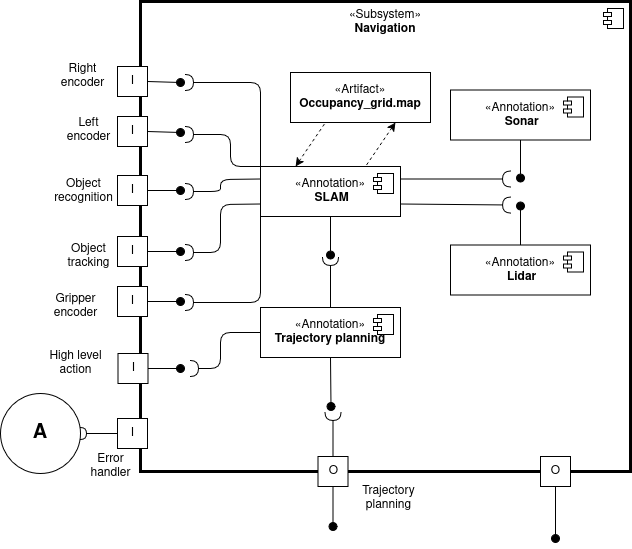
Before: docs/source/_static/navigation.png, a diagram exported from draw.io (AlessandroMangili/Assignment_Cogar_group_I). Source tidied: cells renumbered, new cells last; positions are measured from the earlier drawing's top-left corner, leaving out a move shared by most shapes.
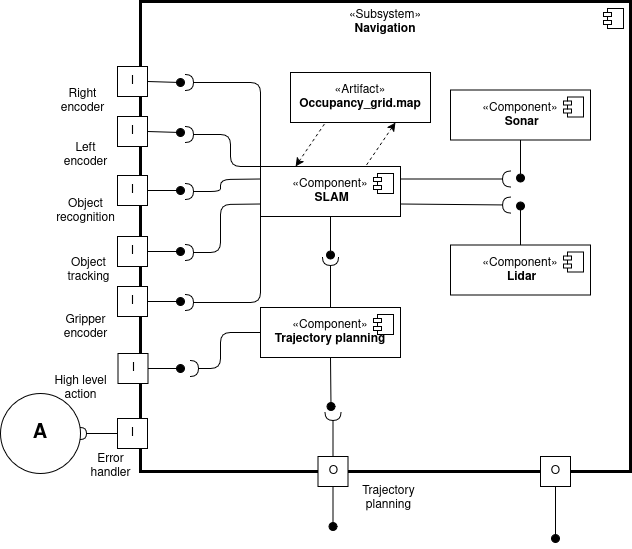
The same diagram one commit later.

What changed in the source:
```diff
@@ -10,7 +10,7 @@
         <mxPoint x="-27" y="7" as="offset" />
       </mxGeometry>
     </mxCell>
-    <mxCell id="4" value="«Annotation»&lt;br&gt;&lt;b&gt;&amp;nbsp;SLAM&lt;/b&gt;" style="html=1;whiteSpace=wrap;" parent="1" vertex="1">
+    <mxCell id="4" value="«Component»&lt;br&gt;&lt;b&gt;&amp;nbsp;SLAM&lt;/b&gt;" style="html=1;whiteSpace=wrap;" parent="1" vertex="1">
       <mxGeometry x="260" y="165" width="140" height="50" as="geometry" />
     </mxCell>
     <mxCell id="5" style="shape=module;jettyWidth=8;jettyHeight=4;" parent="4" vertex="1">
@@ -18,7 +18,7 @@
         <mxPoint x="-27" y="7" as="offset" />
       </mxGeometry>
     </mxCell>
-    <mxCell id="6" value="«Annotation»&lt;br&gt;&lt;b&gt;&amp;nbsp;Sonar&lt;/b&gt;" style="html=1;whiteSpace=wrap;" parent="1" vertex="1">
+    <mxCell id="6" value="«Component»&lt;br&gt;&lt;b&gt;&amp;nbsp;Sonar&lt;/b&gt;" style="html=1;whiteSpace=wrap;" parent="1" vertex="1">
       <mxGeometry x="450" y="88.5" width="140" height="50" as="geometry" />
     </mxCell>
     <mxCell id="7" style="shape=module;jettyWidth=8;jettyHeight=4;" parent="6" vertex="1">
@@ -26,7 +26,7 @@
         <mxPoint x="-27" y="7" as="offset" />
       </mxGeometry>
     </mxCell>
-    <mxCell id="8" value="«Annotation»&lt;br&gt;&lt;b&gt;&amp;nbsp;Lidar&lt;/b&gt;" style="html=1;whiteSpace=wrap;" parent="1" vertex="1">
+    <mxCell id="8" value="«Component»&lt;br&gt;&lt;b&gt;&amp;nbsp;Lidar&lt;/b&gt;" style="html=1;whiteSpace=wrap;" parent="1" vertex="1">
       <mxGeometry x="450" y="243.5" width="140" height="50" as="geometry" />
     </mxCell>
     <mxCell id="9" style="shape=module;jettyWidth=8;jettyHeight=4;" parent="8" vertex="1">
@@ -34,7 +34,7 @@
         <mxPoint x="-27" y="7" as="offset" />
       </mxGeometry>
     </mxCell>
-    <mxCell id="10" value="«Annotation»&lt;br&gt;&lt;b&gt;&amp;nbsp;Trajectory planning&amp;nbsp;&lt;/b&gt;" style="html=1;whiteSpace=wrap;" parent="1" vertex="1">
+    <mxCell id="10" value="«Component»&lt;br&gt;&lt;b&gt;&amp;nbsp;Trajectory planning&amp;nbsp;&lt;/b&gt;" style="html=1;whiteSpace=wrap;" parent="1" vertex="1">
       <mxGeometry x="260" y="306" width="140" height="50" as="geometry" />
     </mxCell>
     <mxCell id="11" style="shape=module;jettyWidth=8;jettyHeight=4;" parent="10" vertex="1">
@@ -209,19 +209,19 @@
       <mxGeometry x="80" y="445" width="60" height="40" as="geometry" />
     </mxCell>
     <mxCell id="48" value="&lt;div&gt;Right&lt;/div&gt;&lt;div&gt;encoder&lt;/div&gt;" style="text;html=1;align=center;verticalAlign=middle;strokeColor=none;fillColor=none;" parent="1" vertex="1">
-      <mxGeometry x="47" y="55" width="70" height="40" as="geometry" />
+      <mxGeometry x="47" y="80" width="70" height="40" as="geometry" />
     </mxCell>
     <mxCell id="49" value="&lt;div&gt;Left&lt;/div&gt;&lt;div&gt;encoder&lt;/div&gt;" style="text;html=1;align=center;verticalAlign=middle;strokeColor=none;fillColor=none;" parent="1" vertex="1">
-      <mxGeometry x="52.5" y="108.5" width="70" height="40" as="geometry" />
+      <mxGeometry x="50" y="134" width="70" height="40" as="geometry" />
     </mxCell>
     <mxCell id="50" value="Object&lt;div&gt;tracking&lt;/div&gt;" style="text;html=1;align=center;verticalAlign=middle;strokeColor=none;fillColor=none;" parent="1" vertex="1">
-      <mxGeometry x="52.5" y="235" width="70" height="40" as="geometry" />
+      <mxGeometry x="52.5" y="248.5" width="70" height="40" as="geometry" />
     </mxCell>
     <mxCell id="51" value="Object&lt;div&gt;recognition&lt;/div&gt;" style="text;html=1;align=center;verticalAlign=middle;strokeColor=none;fillColor=none;" parent="1" vertex="1">
-      <mxGeometry x="42.5" y="170" width="80" height="40" as="geometry" />
+      <mxGeometry x="45" y="190" width="80" height="40" as="geometry" />
     </mxCell>
     <mxCell id="52" value="Gripper&lt;div&gt;encoder&lt;/div&gt;" style="text;html=1;align=center;verticalAlign=middle;strokeColor=none;fillColor=none;" parent="1" vertex="1">
-      <mxGeometry x="40" y="285" width="70" height="40" as="geometry" />
+      <mxGeometry x="50" y="306" width="70" height="40" as="geometry" />
     </mxCell>
     <mxCell id="53" style="edgeStyle=none;html=1;endArrow=oval;endFill=1;exitX=0;exitY=0.5;exitDx=0;exitDy=0;endSize=8;" parent="1" edge="1" source="25">
       <mxGeometry relative="1" as="geometry">
@@ -238,7 +238,7 @@
       </mxGeometry>
     </mxCell>
     <mxCell id="55" value="&lt;div&gt;High level&lt;/div&gt;&lt;div&gt;action&lt;/div&gt;" style="text;html=1;align=center;verticalAlign=middle;strokeColor=none;fillColor=none;" parent="1" vertex="1">
-      <mxGeometry x="35" y="342" width="80" height="40" as="geometry" />
+      <mxGeometry x="40" y="367" width="80" height="40" as="geometry" />
     </mxCell>
   </root>
 </mxGraphModel>
```
